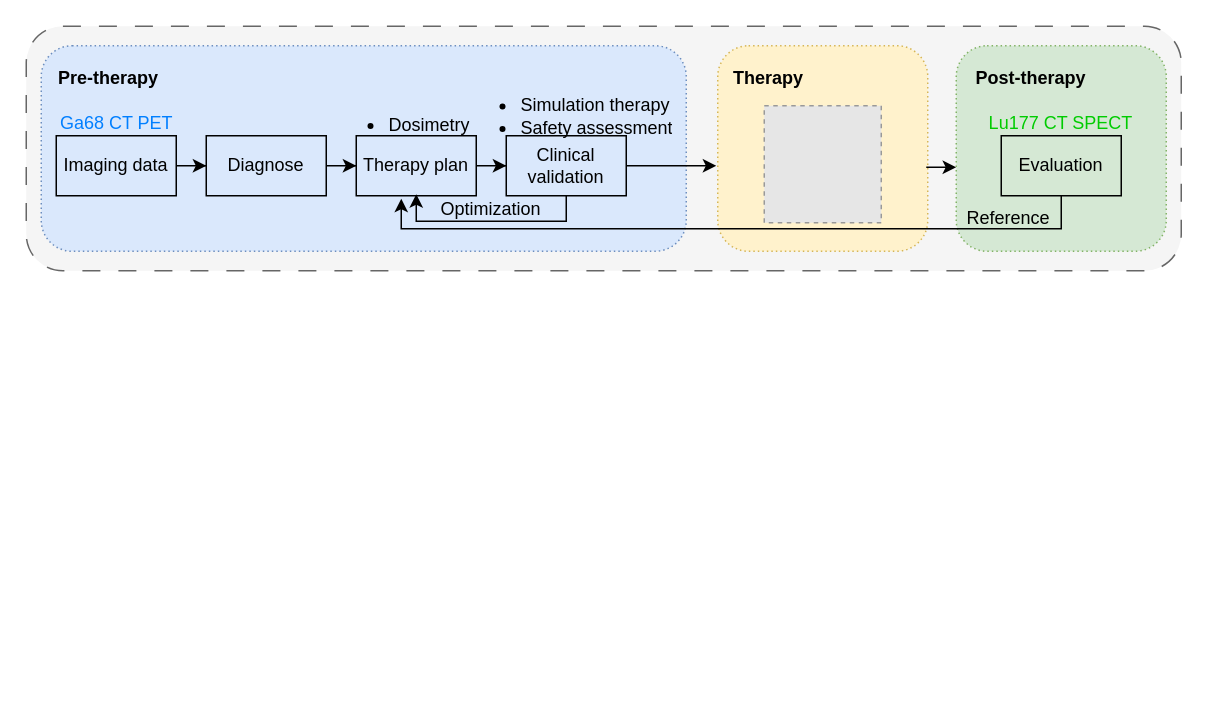
The draw.io diagram page "Page-5" (5 of 5) of Fig_CS/source-file/work_treatment.drawio in jizhang02/Figure-Factory, before the edit. Source tidied: cells renumbered, new cells numbered last; positions are measured from the earlier drawing's top-left corner, leaving out a move shared by most shapes. Both pictures are drawn from the tidied source at 150%, with x=0, y=0 at pixel (26, 26). Pictures stored in the file or linked from it are replaced by grey dashed boxes.
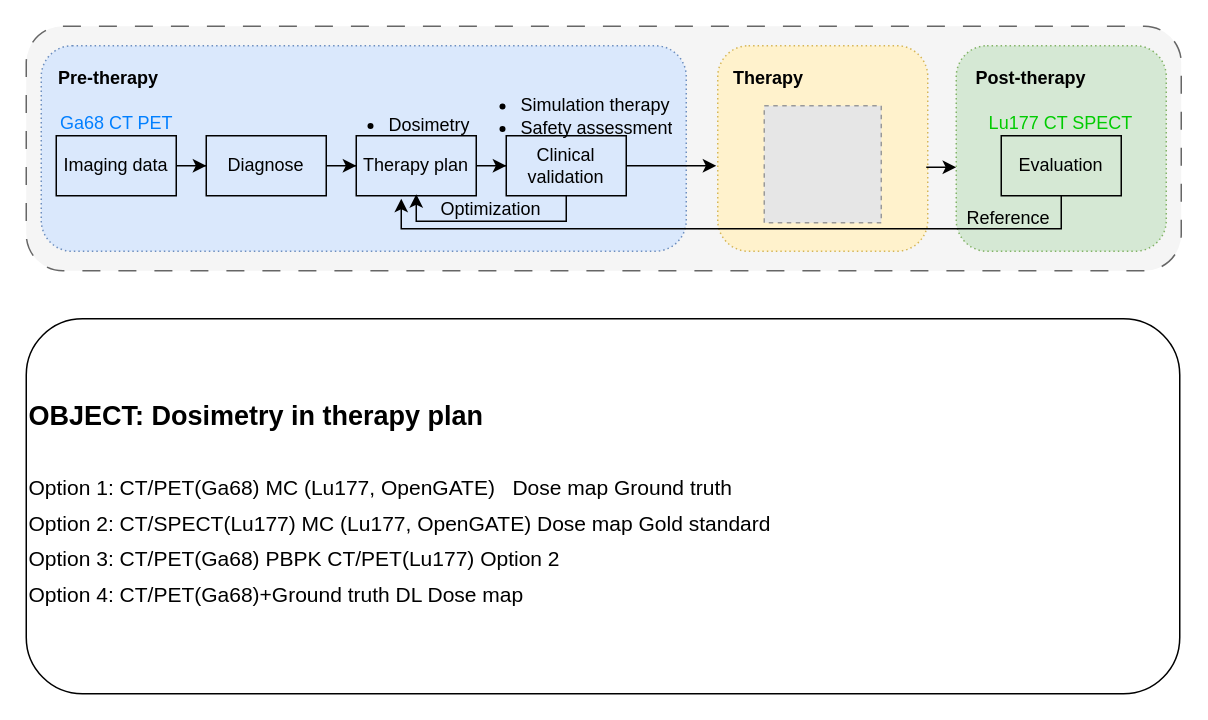
The same diagram, later.

What changed in the source:
```diff
@@
+    <mxCell id="28" value="&lt;p style=&quot;line-height: 190%;&quot;&gt;&lt;font style=&quot;font-size: 18px;&quot;&gt;&lt;b&gt;OBJECT: Dosimetry in therapy plan&lt;/b&gt;&lt;/font&gt;&lt;br&gt;&lt;br&gt;&lt;font style=&quot;font-size: 14px;&quot;&gt;&lt;span style=&quot;background-color: initial;&quot;&gt;Option 1: CT/PET(Ga68) MC (Lu177, OpenGATE)&amp;nbsp; &amp;nbsp;Dose map Ground truth&lt;/span&gt;&lt;br&gt;&lt;span style=&quot;background-color: initial;&quot;&gt;Option 2: CT/SPECT(Lu177) MC (Lu177, OpenGATE) Dose map Gold standard&lt;/span&gt;&lt;br&gt;&lt;span style=&quot;background-color: initial;&quot;&gt;Option 3: CT/PET(Ga68) PBPK CT/PET(Lu177) Option 2&lt;/span&gt;&lt;br&gt;&lt;span style=&quot;background-color: initial;&quot;&gt;Option 4: CT/PET(Ga68)+Ground truth DL Dose map&lt;/span&gt;&lt;/font&gt;&lt;/p&gt;" style="rounded=1;whiteSpace=wrap;html=1;fillColor=none;align=left;" parent="1" vertex="1">
+      <mxGeometry y="195" width="769" height="250" as="geometry" />
+    </mxCell>
```
